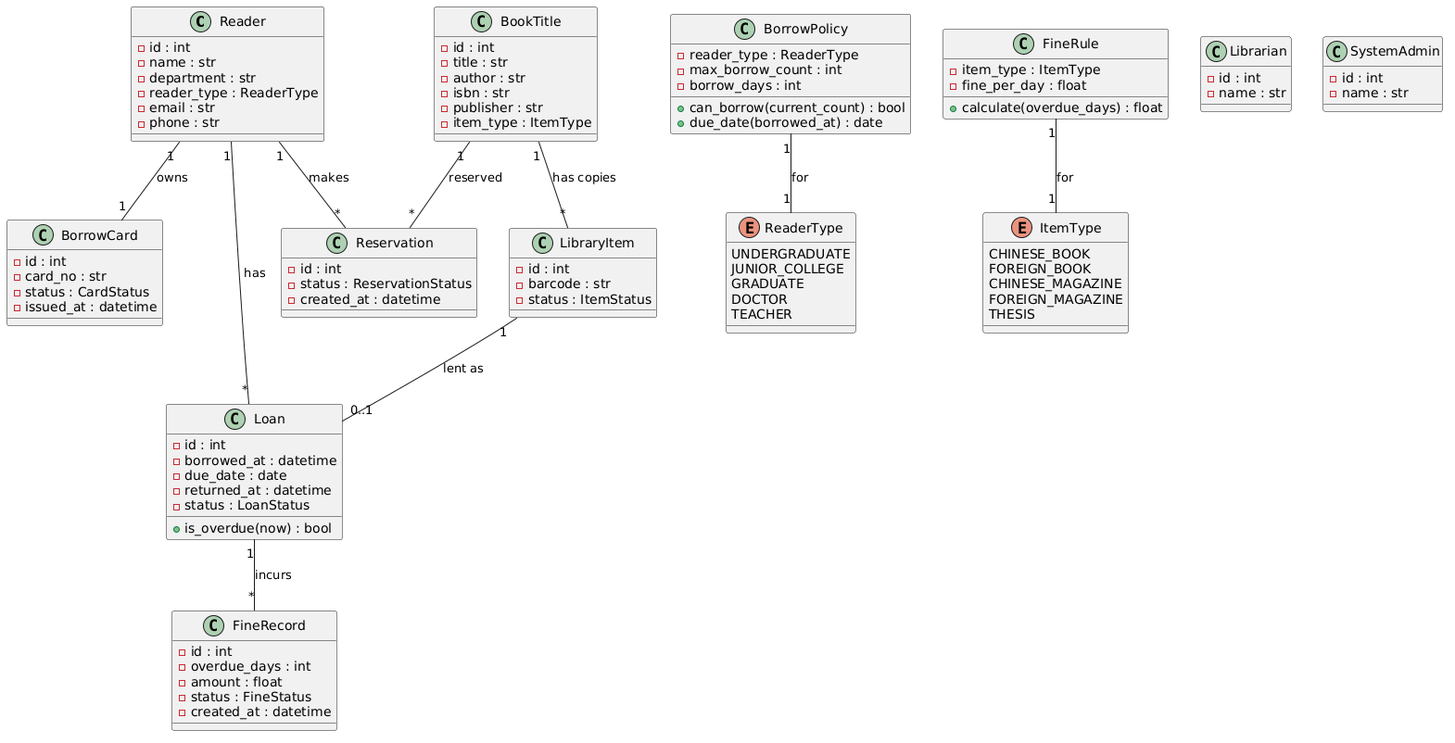
Earlier version of the PlantUML export specs/06-domain-class-diagram.png (Libra426/Conversational-Book-Management-System-Based-on-CodeBuddy).
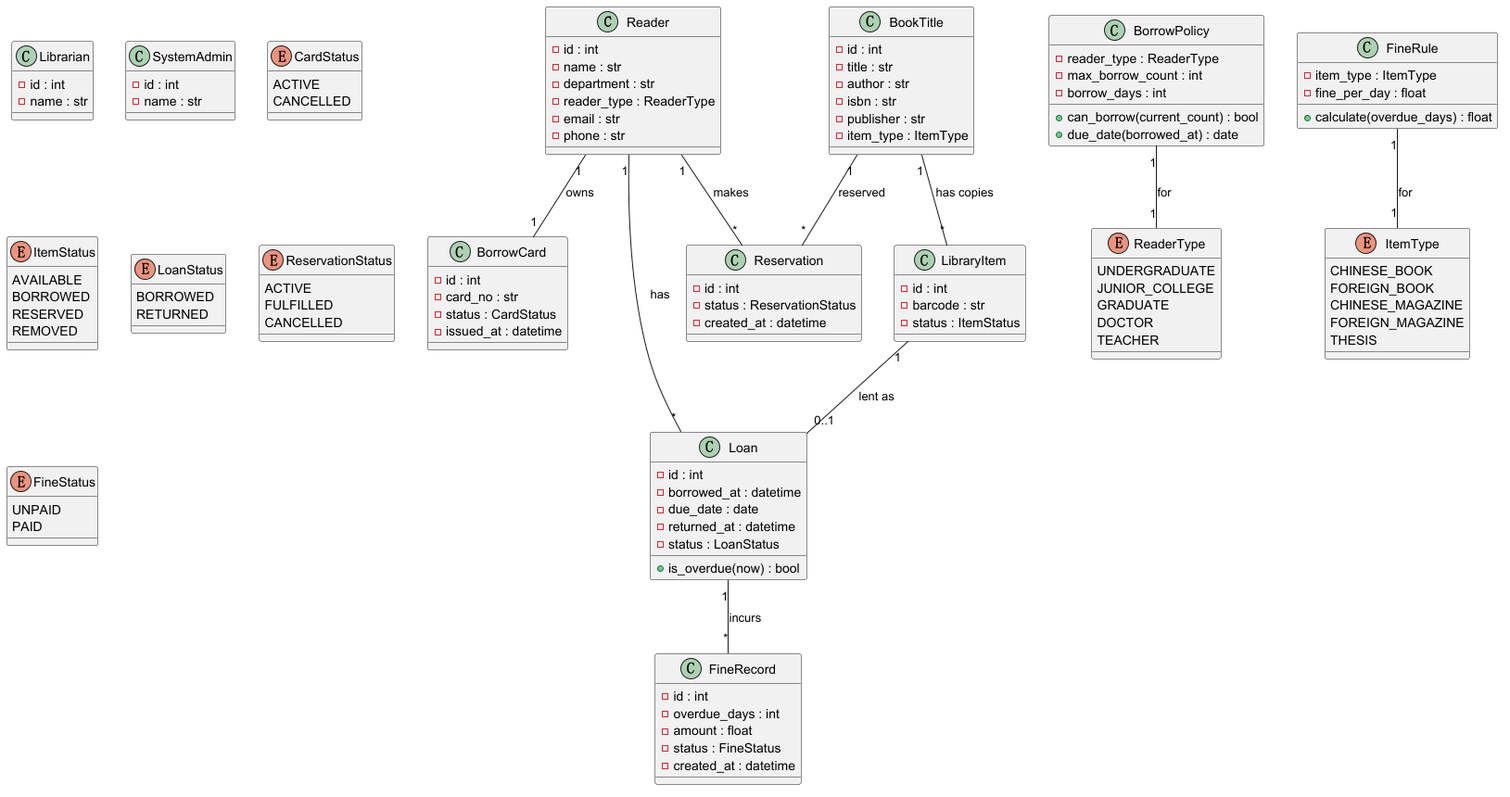
After the commit.

What changed in the source:
```diff
@@ -1,4 +1,5 @@
 @startuml
+
 class Reader {
   - id : int
   - name : str
@@ -93,6 +94,34 @@
   THESIS
 }
 
+enum CardStatus {
+  ACTIVE
+  CANCELLED
+}
+
+enum ItemStatus {
+  AVAILABLE
+  BORROWED
+  RESERVED
+  REMOVED
+}
+
+enum LoanStatus {
+  BORROWED
+  RETURNED
+}
+
+enum ReservationStatus {
+  ACTIVE
+  FULFILLED
+  CANCELLED
+}
+
+enum FineStatus {
+  UNPAID
+  PAID
+}
+
 Reader "1" -- "1" BorrowCard : owns
 Reader "1" -- "*" Loan : has
 Reader "1" -- "*" Reservation : makes
@@ -102,4 +131,5 @@
 Loan "1" -- "*" FineRecord : incurs
 BorrowPolicy "1" -- "1" ReaderType : for
 FineRule "1" -- "1" ItemType : for
+
 @enduml
```
